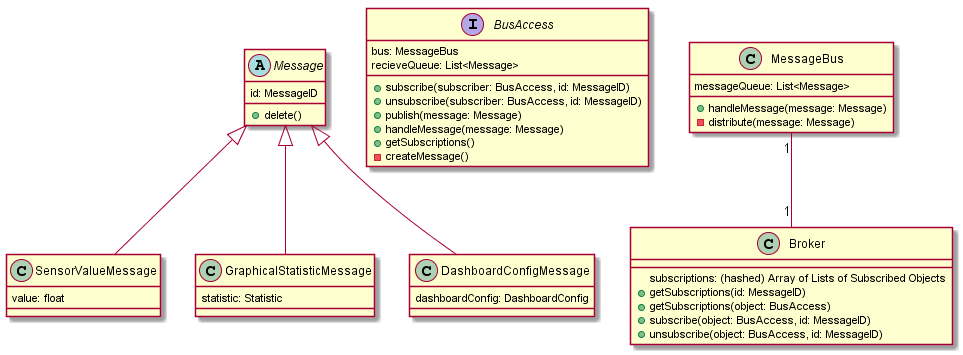
The PlantUML diagram Entwurf/diagrams/Bus.png in uzdry/PSE, before a commit.
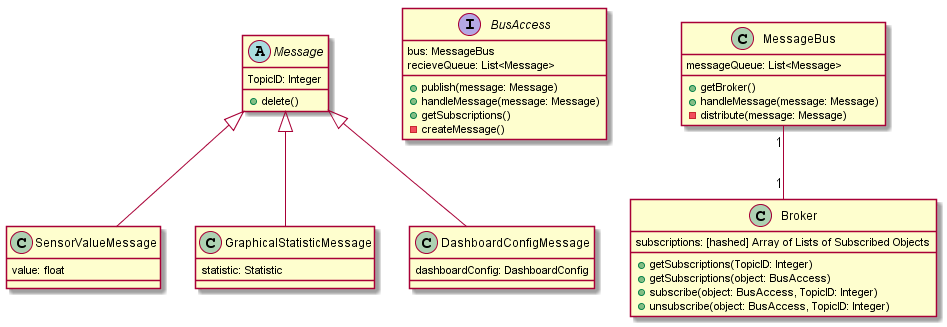
After the commit.

Commit message:
updated Bus design again

asynchronous calls in JS are done entirely within the function, so they
are not contained in the diagram

What changed in the source:
```diff
@@ -1,7 +1,7 @@
 @startuml
 
 abstract class Message {
-	id: MessageID
+	TopicID: Integer
 	+delete()
 }
 
@@ -24,8 +24,6 @@
 interface BusAccess {
 	bus: MessageBus
 	recieveQueue: List<Message>
-	+subscribe(subscriber: BusAccess, id: MessageID)
-	+unsubscribe(subscriber: BusAccess, id: MessageID)
 	+publish(message: Message)
 	+handleMessage(message: Message)
 	+getSubscriptions()
@@ -33,15 +31,16 @@
 }
 
 class Broker {
-	subscriptions: (hashed) Array of Lists of Subscribed Objects
-	+getSubscriptions(id: MessageID)
+	subscriptions: [hashed] Array of Lists of Subscribed Objects
+	+getSubscriptions(TopicID: Integer)
 	+getSubscriptions(object: BusAccess)
-	+subscribe(object: BusAccess, id: MessageID)
-	+unsubscribe(object: BusAccess, id: MessageID)
+	+subscribe(object: BusAccess, TopicID: Integer)
+	+unsubscribe(object: BusAccess, TopicID: Integer)
 }
 
 class MessageBus {
 	messageQueue: List<Message>
+	+getBroker()
 	+handleMessage(message: Message)
 	-distribute(message: Message)
 }
```
